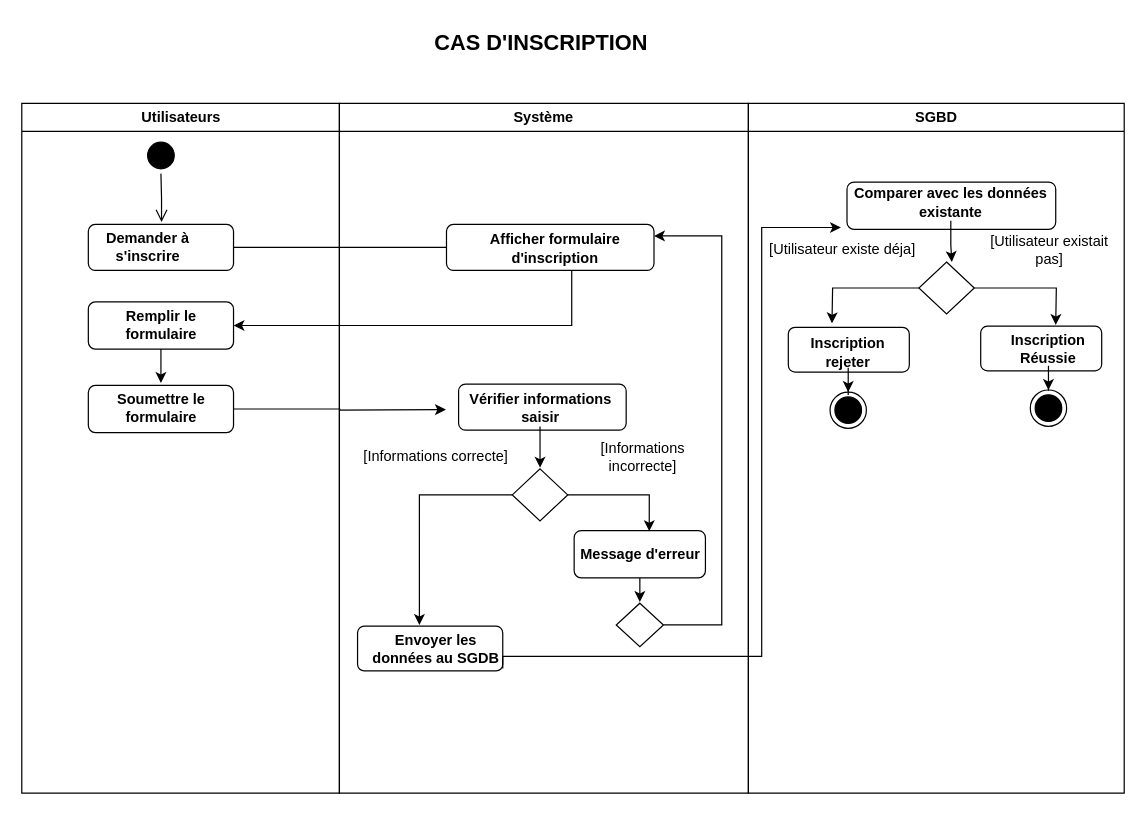
This is sequence2.drawio from louis-fresnel99/TpGasaL1, a draw.io file, before an edit. Source tidied: cells renumbered, new cells numbered last; positions are measured from the earlier drawing's top-left corner, leaving out a move shared by most shapes. Both pictures are drawn from the tidied source at 121%, with x=0, y=0 at pixel (21, 21).
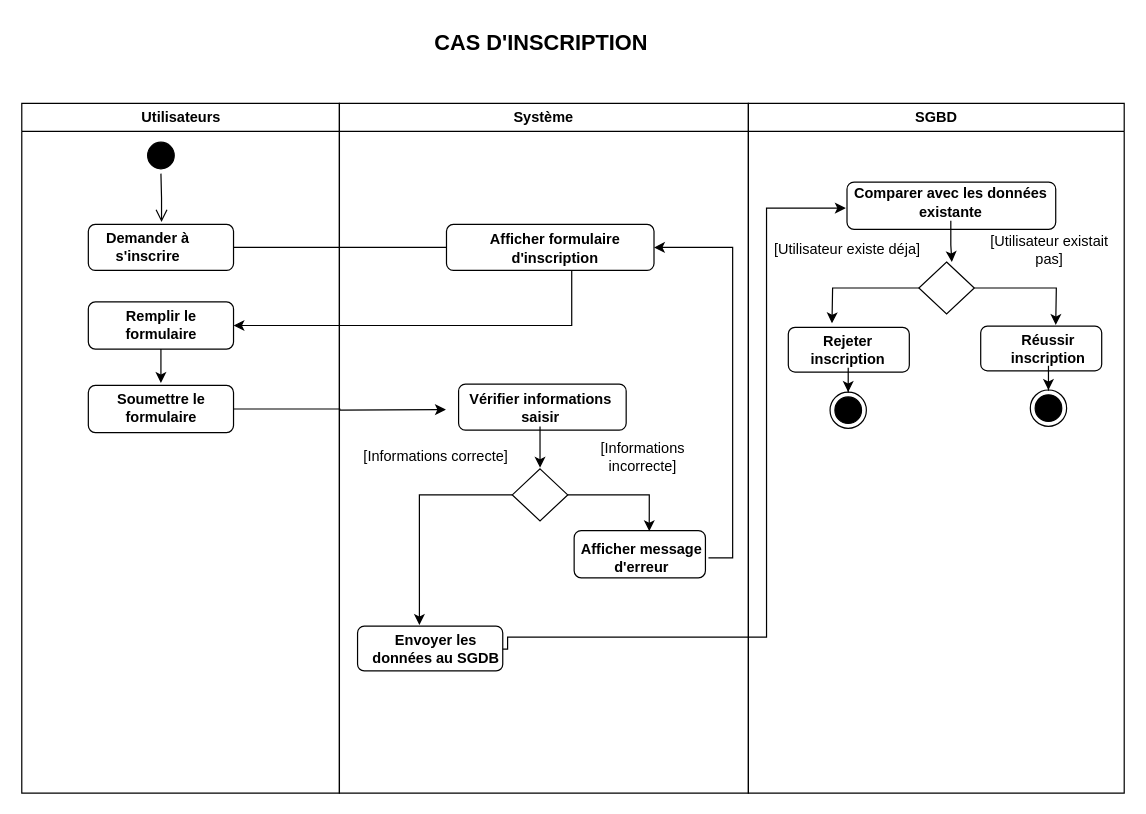
After the change.

Commit message:
Mettre à jour sequence2.drawio

Unchanged cells that the change refers to:
```xml
<mxCell id="14" value="Système" style="swimlane;whiteSpace=wrap;" parent="1" vertex="1">
  <mxGeometry x="263" y="68" width="338" height="570" as="geometry" />
</mxCell>
<mxCell id="15" style="rounded=1;whiteSpace=wrap;html=1;" parent="14" vertex="1">
  <mxGeometry x="88.5" y="100" width="171.5" height="38" as="geometry" />
</mxCell>
<mxCell id="23" style="rounded=1;whiteSpace=wrap;html=1;" parent="14" vertex="1">
  <mxGeometry x="194" y="353" width="108.5" height="39" as="geometry" />
</mxCell>
<mxCell id="30" value="&lt;b&gt;Envoyer les données au SGDB&lt;/b&gt;" style="text;html=1;align=center;verticalAlign=middle;whiteSpace=wrap;rounded=0;" parent="14" vertex="1">
  <mxGeometry x="25" y="436" width="110" height="30" as="geometry" />
</mxCell>
<mxCell id="33" value="SGBD" style="swimlane;whiteSpace=wrap;" parent="1" vertex="1">
  <mxGeometry x="601" y="68" width="310.6" height="570" as="geometry" />
</mxCell>
```

What changed in the source:
```diff
@@
-    <mxCell id="22" style="edgeStyle=orthogonalEdgeStyle;rounded=0;jettySize=auto;html=1;" parent="14" edge="1" source="23">
-      <mxGeometry relative="1" as="geometry">
-        <mxPoint x="248.2" y="411.4" as="targetPoint" />
-      </mxGeometry>
-    </mxCell>
+    <mxCell id="52" style="edgeStyle=orthogonalEdgeStyle;rounded=0;jettySize=auto;html=1;entryX=1;entryY=0.5;entryDx=0;entryDy=0;exitX=1;exitY=0.5;exitDx=0;exitDy=0;" parent="14" edge="1" source="26" target="15">
+      <mxGeometry relative="1" as="geometry" />
+    </mxCell>
@@
-    <mxCell id="25" style="edgeStyle=orthogonalEdgeStyle;rounded=0;jettySize=auto;html=1;entryX=1;entryY=0.25;entryDx=0;entryDy=0;exitX=1;exitY=0.5;exitDx=0;exitDy=0;" parent="14" edge="1" source="31" target="15">
-      <mxGeometry relative="1" as="geometry">
-        <Array as="points">
-          <mxPoint x="316" y="431" />
-          <mxPoint x="316" y="109" />
-        </Array>
-      </mxGeometry>
-    </mxCell>
-    <mxCell id="26" value="&lt;b&gt;Message d'erreur&lt;/b&gt;" style="text;html=1;align=center;verticalAlign=middle;whiteSpace=wrap;rounded=0;" parent="14" vertex="1">
-      <mxGeometry x="194" y="357.5" width="110" height="30" as="geometry" />
+    <mxCell id="26" value="&lt;b&gt;Afficher message d'erreur&lt;/b&gt;" style="text;html=1;align=center;verticalAlign=middle;whiteSpace=wrap;rounded=0;" parent="14" vertex="1">
+      <mxGeometry x="195" y="360.5" width="110" height="30" as="geometry" />
     </mxCell>
@@
-    <mxCell id="31" style="rhombus;whiteSpace=wrap;html=1;" parent="14" vertex="1">
-      <mxGeometry x="228.8" y="413" width="39" height="36" as="geometry" />
-    </mxCell>
@@
-    <mxCell id="40" value="&lt;b&gt;Inscription Réussie&lt;/b&gt;" style="text;html=1;align=center;verticalAlign=middle;whiteSpace=wrap;rounded=0;" parent="33" vertex="1">
+    <mxCell id="40" value="&lt;b&gt;Réussir inscription&lt;/b&gt;" style="text;html=1;align=center;verticalAlign=middle;whiteSpace=wrap;rounded=0;" parent="33" vertex="1">
       <mxGeometry x="204" y="187.5" width="88" height="30" as="geometry" />
     </mxCell>
@@
-    <mxCell id="42" value="&lt;b&gt;Inscription rejeter&lt;/b&gt;" style="text;html=1;align=center;verticalAlign=middle;whiteSpace=wrap;rounded=0;" parent="33" vertex="1">
-      <mxGeometry x="32" y="191" width="101" height="30" as="geometry" />
+    <mxCell id="42" value="&lt;b&gt;Rejeter inscription&lt;/b&gt;" style="text;html=1;align=center;verticalAlign=middle;whiteSpace=wrap;rounded=0;" parent="33" vertex="1">
+      <mxGeometry x="32" y="189" width="101" height="30" as="geometry" />
     </mxCell>
     <mxCell id="43" value="[Utilisateur existe déja]" style="text;html=1;align=center;verticalAlign=middle;whiteSpace=wrap;rounded=0;" parent="33" vertex="1">
-      <mxGeometry x="16" y="106" width="124" height="30" as="geometry" />
+      <mxGeometry x="20" y="106" width="124" height="30" as="geometry" />
     </mxCell>
@@
-    <mxCell id="45" style="edgeStyle=orthogonalEdgeStyle;rounded=0;orthogonalLoop=1;jettySize=auto;html=1;entryX=0;entryY=0.5;entryDx=0;entryDy=0;exitX=1;exitY=0.5;exitDx=0;exitDy=0;" parent="33" edge="1">
+    <mxCell id="45" style="edgeStyle=orthogonalEdgeStyle;rounded=0;jettySize=auto;html=1;entryX=0;entryY=0.5;entryDx=0;entryDy=0;exitX=1;exitY=0.5;exitDx=0;exitDy=0;" parent="33" edge="1" source="30">
       <mxGeometry relative="1" as="geometry">
-        <mxPoint x="-203" y="467" as="sourcePoint" />
-        <mxPoint x="76.5" y="102.5" as="targetPoint" />
+        <mxPoint x="80.5" y="86.5" as="targetPoint" />
         <Array as="points">
-          <mxPoint x="-203" y="457" />
-          <mxPoint x="11" y="457" />
-          <mxPoint x="11" y="103" />
+          <mxPoint x="-199" y="451" />
+          <mxPoint x="-199" y="441" />
+          <mxPoint x="15" y="441" />
+          <mxPoint x="15" y="87" />
         </Array>
       </mxGeometry>
     </mxCell>
```
